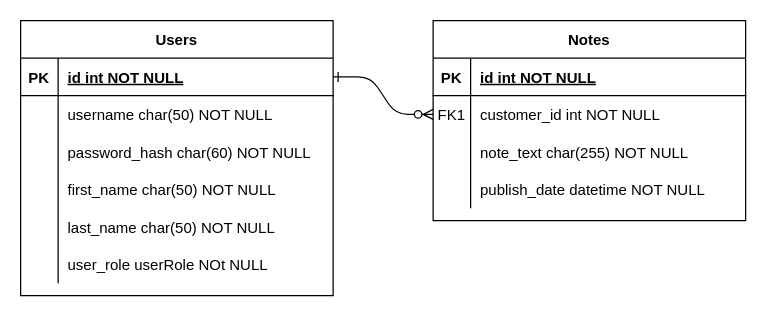
BBegov/leave-a-note-bbegov keeps this draw.io diagram as leave-a-note-data/entities.drawio. Above is the earlier version. Source tidied: cells renumbered, new cells numbered last; positions are measured from the earlier drawing's top-left corner, leaving out a move shared by most shapes. Both pictures are drawn from the tidied source at 125%, with x=0, y=0 at pixel (20, 20).
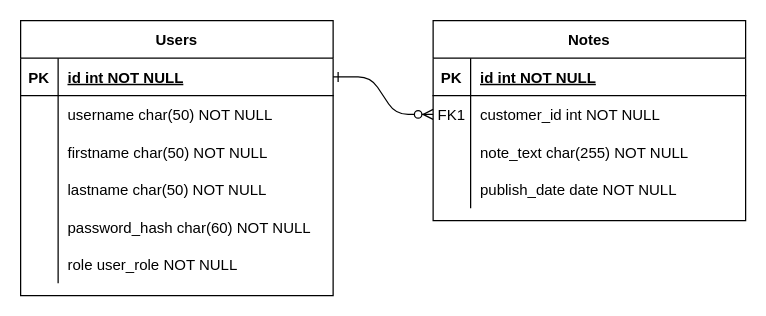
The same page after the edit.

Commit message:
Entity diagram re-created

The change refers to these unchanged cells:
```xml
<mxCell id="3" value="Notes" style="shape=table;startSize=30;childLayout=tableLayout;rowLines=0;fontStyle=1;align=center;" parent="1" vertex="1">
  <mxGeometry x="330" width="250" height="160" as="geometry" />
</mxCell>
<mxCell id="16" value="Users" style="shape=table;startSize=30;childLayout=tableLayout;rowLines=0;fontStyle=1;align=center;" parent="1" vertex="1">
  <mxGeometry width="250" height="220" as="geometry" />
</mxCell>
<mxCell id="32" style="shape=tableRow;horizontal=0;startSize=0;swimlaneHead=0;swimlaneBody=0;fillColor=none;top=0;left=0;right=0;bottom=0;" parent="16" vertex="1">
  <mxGeometry y="180" width="250" height="30" as="geometry" />
</mxCell>
```

What changed in the source:
```diff
@@
+    <mxCell id="35" style="shape=tableRow;horizontal=0;startSize=0;swimlaneHead=0;swimlaneBody=0;fillColor=none;top=0;left=0;right=0;bottom=0;" parent="3" vertex="1">
+      <mxGeometry y="90" width="250" height="30" as="geometry" />
+    </mxCell>
+    <mxCell id="36" style="shape=partialRectangle;fillColor=none;top=0;left=0;bottom=0;right=0;overflow=hidden;" parent="35" vertex="1">
+      <mxGeometry width="30" height="30" as="geometry" />
+    </mxCell>
+    <mxCell id="37" value="note_text char(255) NOT NULL" style="shape=partialRectangle;fillColor=none;top=0;left=0;bottom=0;right=0;align=left;spacingLeft=6;overflow=hidden;" parent="35" vertex="1">
+      <mxGeometry x="30" width="220" height="30" as="geometry" />
+    </mxCell>
     <mxCell id="10" style="shape=partialRectangle;fillColor=none;top=0;left=0;right=0;bottom=0;" parent="3" vertex="1">
-      <mxGeometry y="90" width="250" height="30" as="geometry" />
+      <mxGeometry y="120" width="250" height="30" as="geometry" />
     </mxCell>
@@
-    <mxCell id="12" value="note_text char(255) NOT NULL" style="shape=partialRectangle;overflow=hidden;fillColor=none;top=0;left=0;bottom=0;right=0;align=left;spacingLeft=6;" parent="10" vertex="1">
+    <mxCell id="12" value="publish_date date NOT NULL" style="shape=partialRectangle;overflow=hidden;fillColor=none;top=0;left=0;bottom=0;right=0;align=left;spacingLeft=6;" parent="10" vertex="1">
       <mxGeometry x="30" width="220" height="30" as="geometry" />
     </mxCell>
-    <mxCell id="13" style="shape=tableRow;horizontal=0;startSize=0;swimlaneHead=0;swimlaneBody=0;fillColor=none;top=0;left=0;right=0;bottom=0;" parent="3" vertex="1">
-      <mxGeometry y="120" width="250" height="30" as="geometry" />
-    </mxCell>
-    <mxCell id="14" style="shape=partialRectangle;fillColor=none;top=0;left=0;bottom=0;right=0;overflow=hidden;" parent="13" vertex="1">
-      <mxGeometry width="30" height="30" as="geometry" />
-    </mxCell>
-    <mxCell id="15" value="publish_date datetime NOT NULL" style="shape=partialRectangle;fillColor=none;top=0;left=0;bottom=0;right=0;align=left;spacingLeft=6;overflow=hidden;" parent="13" vertex="1">
-      <mxGeometry x="30" width="220" height="30" as="geometry" />
-    </mxCell>
@@
-    <mxCell id="23" style="shape=tableRow;horizontal=0;startSize=0;swimlaneHead=0;swimlaneBody=0;fillColor=none;top=0;left=0;right=0;bottom=0;" parent="16" vertex="1">
-      <mxGeometry y="90" width="250" height="30" as="geometry" />
-    </mxCell>
-    <mxCell id="24" style="shape=partialRectangle;fillColor=none;top=0;left=0;bottom=0;right=0;overflow=hidden;" parent="23" vertex="1">
-      <mxGeometry width="30" height="30" as="geometry" />
-    </mxCell>
+    <mxCell id="38" style="shape=tableRow;horizontal=0;startSize=0;swimlaneHead=0;swimlaneBody=0;fillColor=none;top=0;left=0;right=0;bottom=0;" parent="16" vertex="1">
+      <mxGeometry y="90" width="250" height="30" as="geometry" />
+    </mxCell>
+    <mxCell id="39" style="shape=partialRectangle;fillColor=none;top=0;left=0;bottom=0;right=0;overflow=hidden;" parent="38" vertex="1">
+      <mxGeometry width="30" height="30" as="geometry" />
+    </mxCell>
+    <mxCell id="40" value="firstname char(50) NOT NULL" style="shape=partialRectangle;fillColor=none;top=0;left=0;bottom=0;right=0;align=left;spacingLeft=6;overflow=hidden;" parent="38" vertex="1">
+      <mxGeometry x="30" width="220" height="30" as="geometry" />
+    </mxCell>
+    <mxCell id="41" style="shape=tableRow;horizontal=0;startSize=0;swimlaneHead=0;swimlaneBody=0;fillColor=none;top=0;left=0;right=0;bottom=0;" parent="16" vertex="1">
+      <mxGeometry y="120" width="250" height="30" as="geometry" />
+    </mxCell>
+    <mxCell id="42" style="shape=partialRectangle;fillColor=none;top=0;left=0;bottom=0;right=0;overflow=hidden;" parent="41" vertex="1">
+      <mxGeometry width="30" height="30" as="geometry" />
+    </mxCell>
+    <mxCell id="43" value="lastname char(50) NOT NULL" style="shape=partialRectangle;fillColor=none;top=0;left=0;bottom=0;right=0;align=left;spacingLeft=6;overflow=hidden;" parent="41" vertex="1">
+      <mxGeometry x="30" width="220" height="30" as="geometry" />
+    </mxCell>
+    <mxCell id="29" style="shape=tableRow;horizontal=0;startSize=0;swimlaneHead=0;swimlaneBody=0;fillColor=none;top=0;left=0;right=0;bottom=0;" parent="16" vertex="1">
+      <mxGeometry y="150" width="250" height="30" as="geometry" />
+    </mxCell>
+    <mxCell id="44" style="shape=partialRectangle;fillColor=none;top=0;left=0;bottom=0;right=0;overflow=hidden;" parent="29" vertex="1">
+      <mxGeometry width="30" height="30" as="geometry" />
+    </mxCell>
-    <mxCell id="25" value="password_hash char(60) NOT NULL" style="shape=partialRectangle;fillColor=none;top=0;left=0;bottom=0;right=0;align=left;spacingLeft=6;overflow=hidden;" parent="23" vertex="1">
+    <mxCell id="25" value="password_hash char(60) NOT NULL" style="shape=partialRectangle;fillColor=none;top=0;left=0;bottom=0;right=0;align=left;spacingLeft=6;overflow=hidden;" parent="29" vertex="1">
       <mxGeometry x="30" width="220" height="30" as="geometry" />
     </mxCell>
-    <mxCell id="26" style="shape=tableRow;horizontal=0;startSize=0;swimlaneHead=0;swimlaneBody=0;fillColor=none;top=0;left=0;right=0;bottom=0;" parent="16" vertex="1">
-      <mxGeometry y="120" width="250" height="30" as="geometry" />
-    </mxCell>
-    <mxCell id="27" style="shape=partialRectangle;fillColor=none;top=0;left=0;bottom=0;right=0;overflow=hidden;" parent="26" vertex="1">
-      <mxGeometry width="30" height="30" as="geometry" />
-    </mxCell>
-    <mxCell id="28" value="first_name char(50) NOT NULL" style="shape=partialRectangle;fillColor=none;top=0;left=0;bottom=0;right=0;align=left;spacingLeft=6;overflow=hidden;" parent="26" vertex="1">
-      <mxGeometry x="30" width="220" height="30" as="geometry" />
-    </mxCell>
-    <mxCell id="29" style="shape=tableRow;horizontal=0;startSize=0;swimlaneHead=0;swimlaneBody=0;fillColor=none;top=0;left=0;right=0;bottom=0;" parent="16" vertex="1">
-      <mxGeometry y="150" width="250" height="30" as="geometry" />
-    </mxCell>
-    <mxCell id="30" style="shape=partialRectangle;fillColor=none;top=0;left=0;bottom=0;right=0;overflow=hidden;" parent="29" vertex="1">
-      <mxGeometry width="30" height="30" as="geometry" />
-    </mxCell>
-    <mxCell id="31" value="last_name char(50) NOT NULL" style="shape=partialRectangle;fillColor=none;top=0;left=0;bottom=0;right=0;align=left;spacingLeft=6;overflow=hidden;" parent="29" vertex="1">
-      <mxGeometry x="30" width="220" height="30" as="geometry" />
-    </mxCell>
@@
-    <mxCell id="33" style="shape=partialRectangle;fillColor=none;top=0;left=0;bottom=0;right=0;overflow=hidden;" parent="32" vertex="1">
-      <mxGeometry width="30" height="30" as="geometry" />
-    </mxCell>
-    <mxCell id="34" value="user_role userRole NOt NULL" style="shape=partialRectangle;fillColor=none;top=0;left=0;bottom=0;right=0;align=left;spacingLeft=6;overflow=hidden;" parent="32" vertex="1">
-      <mxGeometry x="30" width="220" height="30" as="geometry" />
-    </mxCell>
+    <mxCell id="45" style="shape=partialRectangle;fillColor=none;top=0;left=0;bottom=0;right=0;overflow=hidden;" parent="32" vertex="1">
+      <mxGeometry width="30" height="30" as="geometry" />
+    </mxCell>
+    <mxCell id="46" value="role user_role NOT NULL" style="shape=partialRectangle;fillColor=none;top=0;left=0;bottom=0;right=0;align=left;spacingLeft=6;overflow=hidden;" parent="32" vertex="1">
+      <mxGeometry x="30" width="220" height="30" as="geometry" />
+    </mxCell>
```
